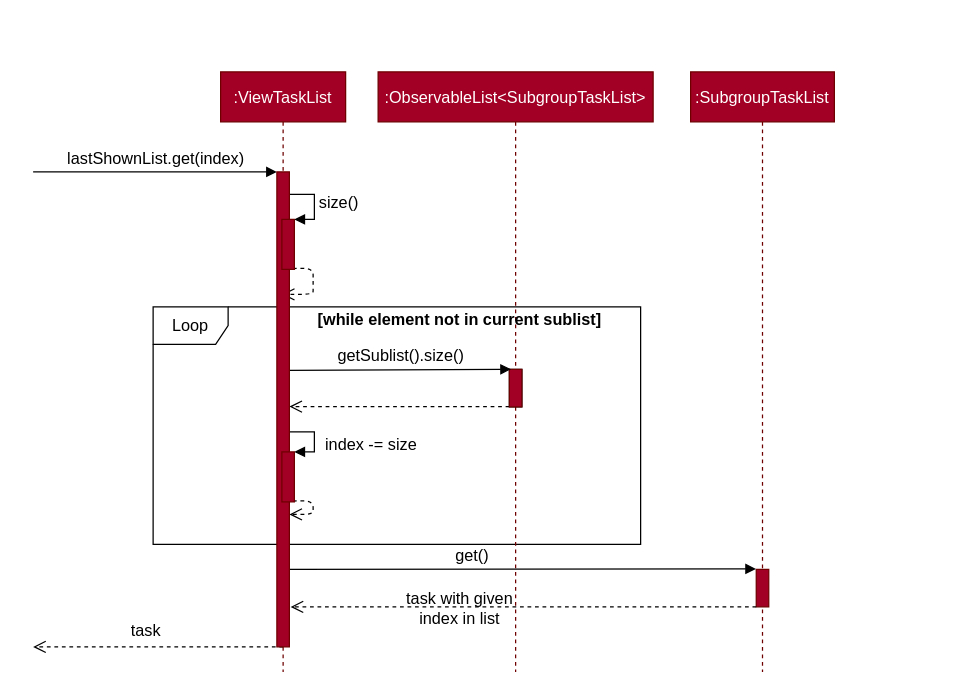
The draw.io diagram docs/diagrams/ViewTaskListGetSequenceDiagram.drawio in yapdianhao/main, before the edit. Source tidied: cells renumbered, new cells numbered last; positions are measured from the earlier drawing's top-left corner, leaving out a move shared by most shapes. Both pictures are drawn from the tidied source at 125%, with x=0, y=0 at pixel (32, 71).
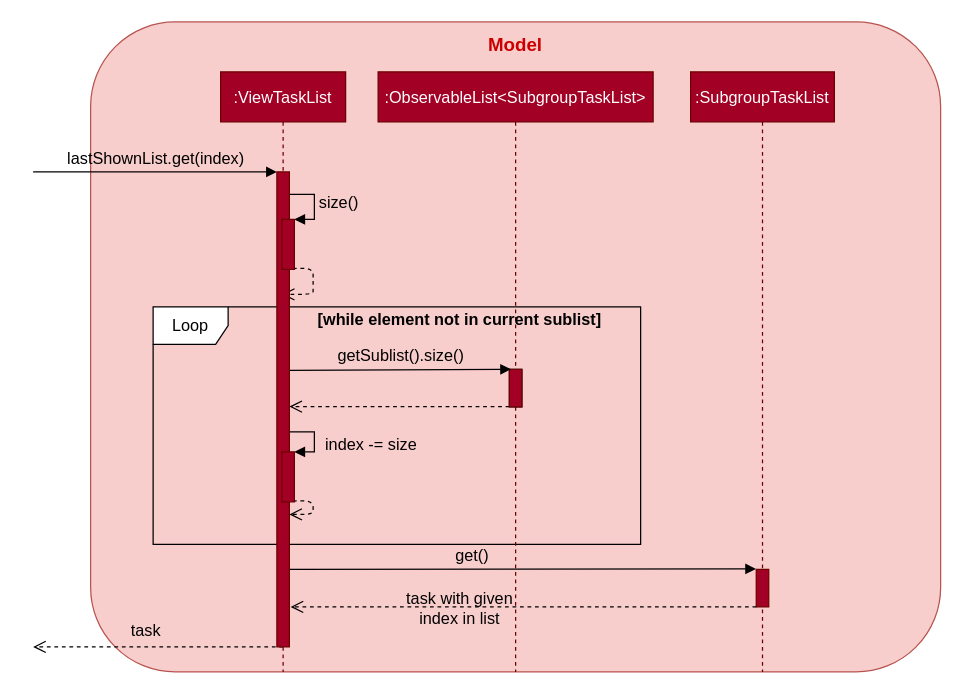
Above is the later version.

The change refers to these unchanged cells:
```xml
<mxCell id="11" style="html=1;points=[];perimeter=orthogonalPerimeter;shadow=0;fillColor=#6666FF;fontSize=13;" parent="1" vertex="1">
  <mxGeometry x="381" y="238" width="10" height="30" as="geometry" />
</mxCell>
<mxCell id="15" style="html=1;points=[];perimeter=orthogonalPerimeter;shadow=0;fillColor=#a20025;fontSize=13;strokeColor=#6F0000;fontColor=#ffffff;" parent="14" vertex="1">
  <mxGeometry x="52.5" y="398" width="10" height="30" as="geometry" />
</mxCell>
<mxCell id="21" style="html=1;points=[];perimeter=orthogonalPerimeter;shadow=0;fillColor=#a20025;fontSize=13;strokeColor=#6F0000;fontColor=#ffffff;" parent="1" vertex="1">
  <mxGeometry x="195" y="80" width="10" height="380" as="geometry" />
</mxCell>
<mxCell id="22" style="html=1;points=[];perimeter=orthogonalPerimeter;shadow=0;fillColor=#a20025;fontSize=13;strokeColor=#6F0000;fontColor=#ffffff;" parent="1" vertex="1">
  <mxGeometry x="199" y="118" width="10" height="40" as="geometry" />
</mxCell>
<mxCell id="23" style="html=1;points=[];perimeter=orthogonalPerimeter;shadow=0;fillColor=#a20025;fontSize=13;strokeColor=#6F0000;fontColor=#ffffff;" parent="1" vertex="1">
  <mxGeometry x="199" y="304" width="10" height="40" as="geometry" />
</mxCell>
```

What changed in the source:
```diff
@@
+    <mxCell id="24" style="rounded=1;whiteSpace=wrap;html=1;fillColor=#f8cecc;strokeColor=#b85450;arcSize=13;" parent="1" vertex="1">
+      <mxGeometry x="46" y="-40" width="680" height="520" as="geometry" />
+    </mxCell>
@@
-    <mxCell id="3" value="index -= size" style="edgeStyle=orthogonalEdgeStyle;html=1;align=left;spacingLeft=2;endArrow=block;rounded=0;entryX=1;entryY=0;fillColor=#4D9900;fontSize=13;" parent="1" edge="1" target="23">
+    <mxCell id="3" value="index -= size" style="edgeStyle=orthogonalEdgeStyle;html=1;align=left;spacingLeft=2;endArrow=block;rounded=0;entryX=1;entryY=0;fillColor=#4D9900;fontSize=13;labelBackgroundColor=none;" parent="1" edge="1" target="23">
       <mxGeometry x="0.28" y="5" relative="1" as="geometry">
         <mxPoint x="200" y="284" as="sourcePoint" />
         <Array as="points">
           <mxPoint x="200" y="288" />
           <mxPoint x="225" y="288" />
           <mxPoint x="225" y="304" />
         </Array>
       </mxGeometry>
     </mxCell>
@@
-    <mxCell id="6" value="lastShownList.get(index)" style="html=1;verticalAlign=bottom;endArrow=block;fillColor=#4D9900;fontSize=13;" parent="1" edge="1">
+    <mxCell id="6" value="lastShownList.get(index)" style="html=1;verticalAlign=bottom;endArrow=block;fillColor=#4D9900;fontSize=13;labelBackgroundColor=none;" parent="1" edge="1">
       <mxGeometry relative="1" as="geometry">
         <mxPoint y="80" as="sourcePoint" />
         <mxPoint x="195" y="80" as="targetPoint" />
       </mxGeometry>
     </mxCell>
-    <mxCell id="7" value="size()" style="edgeStyle=orthogonalEdgeStyle;html=1;align=left;spacingLeft=2;endArrow=block;rounded=0;entryX=1;entryY=0;fillColor=#4D9900;fontSize=13;" parent="1" edge="1" target="22">
+    <mxCell id="7" value="size()" style="edgeStyle=orthogonalEdgeStyle;html=1;align=left;spacingLeft=2;endArrow=block;rounded=0;entryX=1;entryY=0;fillColor=#4D9900;fontSize=13;labelBackgroundColor=none;" parent="1" edge="1" target="22">
       <mxGeometry relative="1" as="geometry">
         <mxPoint x="200" y="98" as="sourcePoint" />
         <Array as="points">
           <mxPoint x="225" y="98" />
           <mxPoint x="225" y="118" />
         </Array>
       </mxGeometry>
     </mxCell>
@@
-    <mxCell id="10" value="task" style="html=1;verticalAlign=bottom;endArrow=open;dashed=1;endSize=8;fillColor=#4D9900;fontSize=13;" parent="1" edge="1">
+    <mxCell id="10" value="task" style="html=1;verticalAlign=bottom;endArrow=open;dashed=1;endSize=8;fillColor=#4D9900;fontSize=13;labelBackgroundColor=none;" parent="1" edge="1">
       <mxGeometry x="0.1" y="-2" relative="1" as="geometry">
         <mxPoint x="200" y="460" as="sourcePoint" />
         <mxPoint y="460" as="targetPoint" />
       </mxGeometry>
     </mxCell>
@@
-    <mxCell id="16" value="get()" style="html=1;verticalAlign=bottom;endArrow=block;fillColor=#4D9900;fontSize=13;entryX=-0.019;entryY=-0.013;entryDx=0;entryDy=0;entryPerimeter=0;exitX=1;exitY=0.837;exitDx=0;exitDy=0;exitPerimeter=0;" parent="1" edge="1" source="21" target="15">
+    <mxCell id="16" value="get()" style="html=1;verticalAlign=bottom;endArrow=block;fillColor=#4D9900;fontSize=13;entryX=-0.019;entryY=-0.013;entryDx=0;entryDy=0;entryPerimeter=0;exitX=1;exitY=0.837;exitDx=0;exitDy=0;exitPerimeter=0;labelBackgroundColor=none;" parent="1" edge="1" source="21" target="15">
       <mxGeometry x="-0.22" relative="1" as="geometry" />
     </mxCell>
@@
-    <mxCell id="20" value="getSublist().size()" style="html=1;verticalAlign=bottom;endArrow=block;fillColor=#4D9900;fontSize=13;entryX=0.129;entryY=-0.003;entryDx=0;entryDy=0;entryPerimeter=0;exitX=1.006;exitY=0.418;exitDx=0;exitDy=0;exitPerimeter=0;" parent="1" edge="1" source="21" target="11">
+    <mxCell id="20" value="getSublist().size()" style="html=1;verticalAlign=bottom;endArrow=block;fillColor=#4D9900;fontSize=13;entryX=0.129;entryY=-0.003;entryDx=0;entryDy=0;entryPerimeter=0;exitX=1.006;exitY=0.418;exitDx=0;exitDy=0;exitPerimeter=0;labelBackgroundColor=none;" parent="1" edge="1" source="21" target="11">
       <mxGeometry relative="1" as="geometry" />
     </mxCell>
@@
+    <mxCell id="25" value="&lt;font style=&quot;font-size: 15px&quot; color=&quot;#cc0000&quot;&gt;&lt;b&gt;Model&lt;/b&gt;&lt;/font&gt;" style="text;html=1;strokeColor=none;fillColor=none;align=center;verticalAlign=middle;whiteSpace=wrap;rounded=0;" parent="1" vertex="1">
+      <mxGeometry x="366" y="-32" width="40" height="20" as="geometry" />
+    </mxCell>
```
